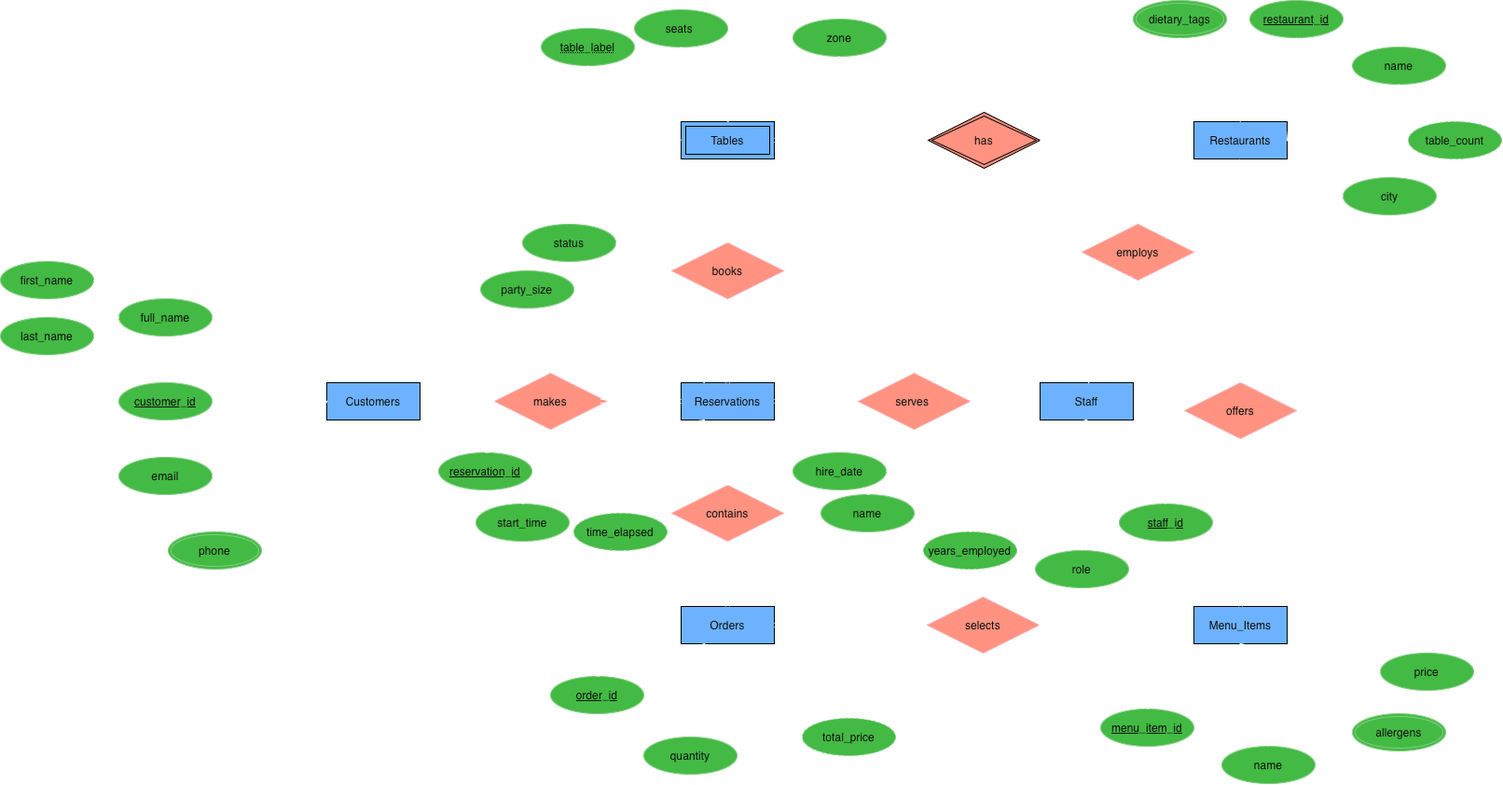
Before: er_diagram.png, a diagram exported from draw.io (azs0325/Restaurant-Reservation-). Source tidied: cells renumbered, new cells last; positions are measured from the earlier drawing's top-left corner, leaving out a move shared by most shapes.
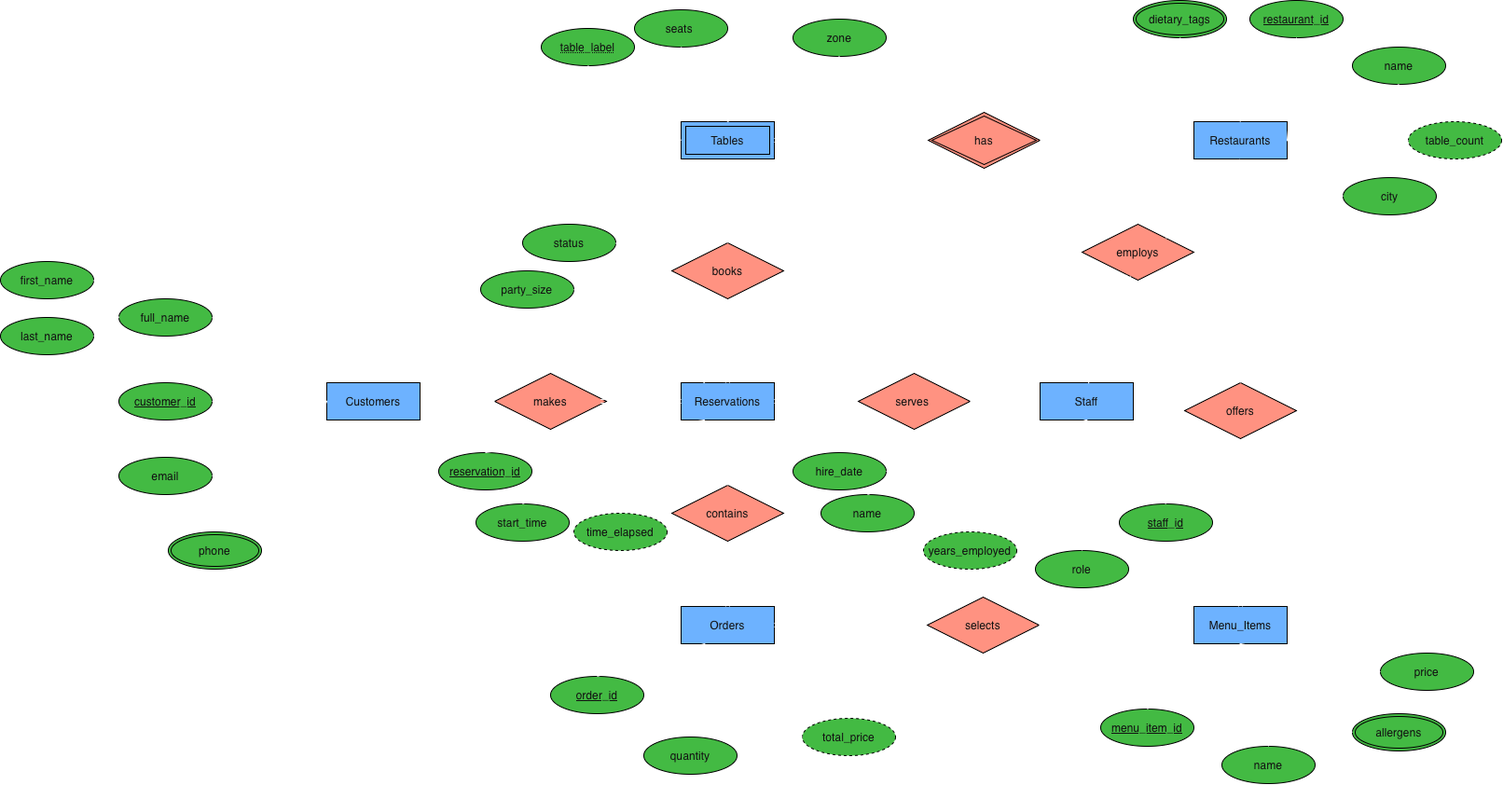
The same diagram one commit later.

Change to the diagram source:
```diff
@@ -25,12 +25,12 @@
     </mxCell>
-    <mxCell id="9" value="books" style="shape=rhombus;perimeter=rhombusPerimeter;whiteSpace=wrap;html=1;align=center;fillColor=#e51400;strokeColor=#B20000;fontColor=#ffffff;" parent="1" vertex="1">
+    <mxCell id="9" value="books" style="shape=rhombus;perimeter=rhombusPerimeter;whiteSpace=wrap;html=1;align=center;fillColor=#e51400;strokeColor=light-dark(#B20000,#000000);fontColor=#ffffff;" parent="1" vertex="1">
       <mxGeometry x="720" y="260" width="120" height="60" as="geometry" />
     </mxCell>
-    <mxCell id="10" value="contains" style="shape=rhombus;perimeter=rhombusPerimeter;whiteSpace=wrap;html=1;align=center;fillColor=#e51400;fontColor=#ffffff;strokeColor=#B20000;" parent="1" vertex="1">
+    <mxCell id="10" value="contains" style="shape=rhombus;perimeter=rhombusPerimeter;whiteSpace=wrap;html=1;align=center;fillColor=#e51400;fontColor=#ffffff;strokeColor=light-dark(#B20000,#000000);" parent="1" vertex="1">
       <mxGeometry x="720" y="520" width="120" height="60" as="geometry" />
     </mxCell>
-    <mxCell id="11" value="serves&amp;nbsp;" style="shape=rhombus;perimeter=rhombusPerimeter;whiteSpace=wrap;html=1;align=center;fillColor=#e51400;fontColor=#ffffff;strokeColor=#B20000;" parent="1" vertex="1">
+    <mxCell id="11" value="serves&amp;nbsp;" style="shape=rhombus;perimeter=rhombusPerimeter;whiteSpace=wrap;html=1;align=center;fillColor=#e51400;fontColor=#ffffff;strokeColor=light-dark(#B20000,#000000);" parent="1" vertex="1">
       <mxGeometry x="920" y="400" width="120" height="60" as="geometry" />
     </mxCell>
-    <mxCell id="12" value="employs" style="shape=rhombus;perimeter=rhombusPerimeter;whiteSpace=wrap;html=1;align=center;fillColor=#e51400;fontColor=#ffffff;strokeColor=#B20000;" parent="1" vertex="1">
+    <mxCell id="12" value="employs" style="shape=rhombus;perimeter=rhombusPerimeter;whiteSpace=wrap;html=1;align=center;fillColor=#e51400;fontColor=#ffffff;strokeColor=light-dark(#B20000,#000000);" parent="1" vertex="1">
       <mxGeometry x="1160" y="240" width="120" height="60" as="geometry" />
@@ -40,9 +40,9 @@
     </mxCell>
-    <mxCell id="14" value="selects" style="shape=rhombus;perimeter=rhombusPerimeter;whiteSpace=wrap;html=1;align=center;fillColor=#e51400;fontColor=#ffffff;strokeColor=#B20000;" parent="1" vertex="1">
+    <mxCell id="14" value="selects" style="shape=rhombus;perimeter=rhombusPerimeter;whiteSpace=wrap;html=1;align=center;fillColor=#e51400;fontColor=#ffffff;strokeColor=light-dark(#B20000,#000000);" parent="1" vertex="1">
       <mxGeometry x="994" y="640" width="120" height="60" as="geometry" />
     </mxCell>
-    <mxCell id="15" value="offers" style="shape=rhombus;perimeter=rhombusPerimeter;whiteSpace=wrap;html=1;align=center;fillColor=#e51400;fontColor=#ffffff;strokeColor=#B20000;" parent="1" vertex="1">
+    <mxCell id="15" value="offers" style="shape=rhombus;perimeter=rhombusPerimeter;whiteSpace=wrap;html=1;align=center;fillColor=#e51400;fontColor=#ffffff;strokeColor=light-dark(#B20000,#000000);" parent="1" vertex="1">
       <mxGeometry x="1270" y="410" width="120" height="60" as="geometry" />
     </mxCell>
-    <mxCell id="16" value="makes" style="shape=rhombus;perimeter=rhombusPerimeter;whiteSpace=wrap;html=1;align=center;fillColor=#e51400;fontColor=#ffffff;strokeColor=#B20000;" parent="1" vertex="1">
+    <mxCell id="16" value="makes" style="shape=rhombus;perimeter=rhombusPerimeter;whiteSpace=wrap;html=1;align=center;fillColor=#e51400;fontColor=#ffffff;strokeColor=light-dark(#B20000,#000000);" parent="1" vertex="1">
       <mxGeometry x="530" y="400" width="120" height="60" as="geometry" />
@@ -97,6 +97,6 @@
     </mxCell>
-    <mxCell id="33" value="full_name" style="ellipse;whiteSpace=wrap;html=1;align=center;fillColor=#008a00;strokeColor=#005700;fontColor=#ffffff;" parent="1" vertex="1">
+    <mxCell id="33" value="full_name" style="ellipse;whiteSpace=wrap;html=1;align=center;fillColor=#008a00;strokeColor=light-dark(#005700,#000000);fontColor=#ffffff;" parent="1" vertex="1">
       <mxGeometry x="127" y="320" width="100" height="40" as="geometry" />
     </mxCell>
-    <mxCell id="34" value="customer_id" style="ellipse;whiteSpace=wrap;html=1;align=center;fontStyle=4;fillColor=#008a00;strokeColor=#005700;fontColor=#ffffff;" parent="1" vertex="1">
+    <mxCell id="34" value="customer_id" style="ellipse;whiteSpace=wrap;html=1;align=center;fontStyle=4;fillColor=#008a00;strokeColor=light-dark(#005700,#000000);fontColor=#ffffff;" parent="1" vertex="1">
       <mxGeometry x="127" y="410" width="100" height="40" as="geometry" />
@@ -106,6 +106,6 @@
     </mxCell>
-    <mxCell id="36" value="first_name" style="ellipse;whiteSpace=wrap;html=1;align=center;fillColor=#008a00;strokeColor=#005700;fontColor=#ffffff;" parent="1" vertex="1">
+    <mxCell id="36" value="first_name" style="ellipse;whiteSpace=wrap;html=1;align=center;fillColor=#008a00;strokeColor=light-dark(#005700,#000000);fontColor=#ffffff;" parent="1" vertex="1">
       <mxGeometry y="280" width="100" height="40" as="geometry" />
     </mxCell>
-    <mxCell id="37" value="last_name" style="ellipse;whiteSpace=wrap;html=1;align=center;fillColor=#008a00;strokeColor=#005700;fontColor=#ffffff;" parent="1" vertex="1">
+    <mxCell id="37" value="last_name" style="ellipse;whiteSpace=wrap;html=1;align=center;fillColor=#008a00;strokeColor=light-dark(#005700,#000000);fontColor=#ffffff;" parent="1" vertex="1">
       <mxGeometry y="340" width="100" height="40" as="geometry" />
@@ -118,3 +118,3 @@
     </mxCell>
-    <mxCell id="40" value="email" style="ellipse;whiteSpace=wrap;html=1;align=center;fillColor=#008a00;strokeColor=#005700;fontColor=#ffffff;" parent="1" vertex="1">
+    <mxCell id="40" value="email" style="ellipse;whiteSpace=wrap;html=1;align=center;fillColor=#008a00;strokeColor=light-dark(#005700,#000000);fontColor=#ffffff;" parent="1" vertex="1">
       <mxGeometry x="127" y="490" width="100" height="40" as="geometry" />
@@ -130,6 +130,6 @@
     </mxCell>
-    <mxCell id="44" value="phone" style="ellipse;shape=doubleEllipse;margin=3;whiteSpace=wrap;html=1;align=center;fillColor=#008a00;strokeColor=#005700;fontColor=#ffffff;" parent="1" vertex="1">
+    <mxCell id="44" value="phone" style="ellipse;shape=doubleEllipse;margin=3;whiteSpace=wrap;html=1;align=center;fillColor=#008a00;strokeColor=light-dark(#005700,#000000);fontColor=#ffffff;" parent="1" vertex="1">
       <mxGeometry x="180" y="570" width="100" height="40" as="geometry" />
     </mxCell>
-    <mxCell id="45" value="reservation_id" style="ellipse;whiteSpace=wrap;html=1;align=center;fontStyle=4;fillColor=#008a00;strokeColor=#005700;fontColor=#ffffff;" parent="1" vertex="1">
+    <mxCell id="45" value="reservation_id" style="ellipse;whiteSpace=wrap;html=1;align=center;fontStyle=4;fillColor=#008a00;strokeColor=light-dark(#005700,#000000);fontColor=#ffffff;" parent="1" vertex="1">
       <mxGeometry x="470" y="485" width="100" height="40" as="geometry" />
@@ -139,3 +139,3 @@
     </mxCell>
-    <mxCell id="47" value="start_time" style="ellipse;whiteSpace=wrap;html=1;align=center;fillColor=#008a00;strokeColor=#005700;fontColor=#ffffff;" parent="1" vertex="1">
+    <mxCell id="47" value="start_time" style="ellipse;whiteSpace=wrap;html=1;align=center;fillColor=#008a00;strokeColor=light-dark(#005700,#000000);fontColor=#ffffff;" parent="1" vertex="1">
       <mxGeometry x="510" y="540" width="100" height="40" as="geometry" />
@@ -145,3 +145,3 @@
     </mxCell>
-    <mxCell id="49" value="time_elapsed" style="ellipse;whiteSpace=wrap;html=1;align=center;dashed=1;fillColor=#008a00;strokeColor=#005700;fontColor=#ffffff;" parent="1" vertex="1">
+    <mxCell id="49" value="time_elapsed" style="ellipse;whiteSpace=wrap;html=1;align=center;dashed=1;fillColor=#008a00;strokeColor=light-dark(#005700,#000000);fontColor=#ffffff;" parent="1" vertex="1">
       <mxGeometry x="615" y="550" width="100" height="40" as="geometry" />
@@ -151,3 +151,3 @@
     </mxCell>
-    <mxCell id="51" value="status" style="ellipse;whiteSpace=wrap;html=1;align=center;fillColor=#008a00;strokeColor=#005700;fontColor=#ffffff;" parent="1" vertex="1">
+    <mxCell id="51" value="status" style="ellipse;whiteSpace=wrap;html=1;align=center;fillColor=#008a00;strokeColor=light-dark(#005700,#000000);fontColor=#ffffff;" parent="1" vertex="1">
       <mxGeometry x="560" y="240" width="100" height="40" as="geometry" />
@@ -157,3 +157,3 @@
     </mxCell>
-    <mxCell id="53" value="party_size" style="ellipse;whiteSpace=wrap;html=1;align=center;fillColor=#008a00;strokeColor=#005700;fontColor=#ffffff;" parent="1" vertex="1">
+    <mxCell id="53" value="party_size" style="ellipse;whiteSpace=wrap;html=1;align=center;fillColor=#008a00;strokeColor=light-dark(#005700,#000000);fontColor=#ffffff;" parent="1" vertex="1">
       <mxGeometry x="515" y="290" width="100" height="40" as="geometry" />
@@ -163,3 +163,3 @@
     </mxCell>
-    <mxCell id="55" value="order_id" style="ellipse;whiteSpace=wrap;html=1;align=center;fontStyle=4;fillColor=#008a00;strokeColor=#005700;fontColor=#ffffff;" parent="1" vertex="1">
+    <mxCell id="55" value="order_id" style="ellipse;whiteSpace=wrap;html=1;align=center;fontStyle=4;fillColor=#008a00;strokeColor=light-dark(#005700,#000000);fontColor=#ffffff;" parent="1" vertex="1">
       <mxGeometry x="590" y="725" width="100" height="40" as="geometry" />
@@ -172,15 +172,15 @@
     </mxCell>
-    <mxCell id="58" value="quantity" style="ellipse;whiteSpace=wrap;html=1;align=center;fillColor=#008a00;strokeColor=#005700;fontColor=#ffffff;" parent="1" vertex="1">
+    <mxCell id="58" value="quantity" style="ellipse;whiteSpace=wrap;html=1;align=center;fillColor=#008a00;strokeColor=light-dark(#005700,#000000);fontColor=#ffffff;" parent="1" vertex="1">
       <mxGeometry x="690" y="790" width="100" height="40" as="geometry" />
     </mxCell>
-    <mxCell id="59" value="name" style="ellipse;whiteSpace=wrap;html=1;align=center;fillColor=#008a00;strokeColor=#005700;fontColor=#ffffff;" parent="1" vertex="1">
+    <mxCell id="59" value="name" style="ellipse;whiteSpace=wrap;html=1;align=center;fillColor=#008a00;strokeColor=light-dark(#005700,#000000);fontColor=#ffffff;" parent="1" vertex="1">
       <mxGeometry x="1310" y="800" width="100" height="40" as="geometry" />
     </mxCell>
-    <mxCell id="60" value="menu_item_id" style="ellipse;whiteSpace=wrap;html=1;align=center;fontStyle=4;fillColor=#008a00;strokeColor=#005700;fontColor=#ffffff;" parent="1" vertex="1">
+    <mxCell id="60" value="menu_item_id" style="ellipse;whiteSpace=wrap;html=1;align=center;fontStyle=4;fillColor=#008a00;strokeColor=light-dark(#005700,#000000);fontColor=#ffffff;" parent="1" vertex="1">
       <mxGeometry x="1180" y="760" width="100" height="40" as="geometry" />
     </mxCell>
-    <mxCell id="61" value="allergens" style="ellipse;shape=doubleEllipse;margin=3;whiteSpace=wrap;html=1;align=center;fillColor=#008a00;strokeColor=#005700;fontColor=#ffffff;" parent="1" vertex="1">
+    <mxCell id="61" value="allergens" style="ellipse;shape=doubleEllipse;margin=3;whiteSpace=wrap;html=1;align=center;fillColor=#008a00;strokeColor=light-dark(#005700,#000000);fontColor=#ffffff;" parent="1" vertex="1">
       <mxGeometry x="1450" y="765" width="100" height="40" as="geometry" />
     </mxCell>
-    <mxCell id="62" value="price" style="ellipse;whiteSpace=wrap;html=1;align=center;fillColor=#008a00;strokeColor=#005700;fontColor=#ffffff;" parent="1" vertex="1">
+    <mxCell id="62" value="price" style="ellipse;whiteSpace=wrap;html=1;align=center;fillColor=#008a00;strokeColor=light-dark(#005700,#000000);fontColor=#ffffff;" parent="1" vertex="1">
       <mxGeometry x="1480" y="700" width="100" height="40" as="geometry" />
@@ -199,3 +199,3 @@
     </mxCell>
-    <mxCell id="67" value="total_price" style="ellipse;whiteSpace=wrap;html=1;align=center;dashed=1;fillColor=#008a00;strokeColor=#005700;fontColor=#ffffff;" parent="1" vertex="1">
+    <mxCell id="67" value="total_price" style="ellipse;whiteSpace=wrap;html=1;align=center;dashed=1;fillColor=#008a00;strokeColor=light-dark(#005700,#000000);fontColor=#ffffff;" parent="1" vertex="1">
       <mxGeometry x="860" y="770" width="100" height="40" as="geometry" />
@@ -205,3 +205,3 @@
     </mxCell>
-    <mxCell id="69" value="role" style="ellipse;whiteSpace=wrap;html=1;align=center;fillColor=#008a00;strokeColor=#005700;fontColor=#ffffff;" parent="1" vertex="1">
+    <mxCell id="69" value="role" style="ellipse;whiteSpace=wrap;html=1;align=center;fillColor=#008a00;strokeColor=light-dark(#005700,#000000);fontColor=#ffffff;" parent="1" vertex="1">
       <mxGeometry x="1110" y="590" width="100" height="40" as="geometry" />
@@ -211,3 +211,3 @@
     </mxCell>
-    <mxCell id="71" value="staff_id" style="ellipse;whiteSpace=wrap;html=1;align=center;fontStyle=4;fillColor=#008a00;strokeColor=#005700;fontColor=#ffffff;" parent="1" vertex="1">
+    <mxCell id="71" value="staff_id" style="ellipse;whiteSpace=wrap;html=1;align=center;fontStyle=4;fillColor=#008a00;strokeColor=light-dark(#005700,#000000);fontColor=#ffffff;" parent="1" vertex="1">
       <mxGeometry x="1200" y="540" width="100" height="40" as="geometry" />
@@ -217,3 +217,3 @@
     </mxCell>
-    <mxCell id="73" value="name" style="ellipse;whiteSpace=wrap;html=1;align=center;fillColor=#008a00;strokeColor=#005700;fontColor=#ffffff;" parent="1" vertex="1">
+    <mxCell id="73" value="name" style="ellipse;whiteSpace=wrap;html=1;align=center;fillColor=#008a00;strokeColor=light-dark(#005700,#000000);fontColor=#ffffff;" parent="1" vertex="1">
       <mxGeometry x="880" y="530" width="100" height="40" as="geometry" />
@@ -223,3 +223,3 @@
     </mxCell>
-    <mxCell id="75" value="hire_date" style="ellipse;whiteSpace=wrap;html=1;align=center;fillColor=#008a00;strokeColor=#005700;fontColor=#ffffff;" parent="1" vertex="1">
+    <mxCell id="75" value="hire_date" style="ellipse;whiteSpace=wrap;html=1;align=center;fillColor=#008a00;strokeColor=light-dark(#005700,#000000);fontColor=#ffffff;" parent="1" vertex="1">
       <mxGeometry x="850" y="485" width="100" height="40" as="geometry" />
@@ -229,3 +229,3 @@
     </mxCell>
-    <mxCell id="77" value="years_employed" style="ellipse;whiteSpace=wrap;html=1;align=center;dashed=1;fillColor=#008a00;strokeColor=#005700;fontColor=#ffffff;" parent="1" vertex="1">
+    <mxCell id="77" value="years_employed" style="ellipse;whiteSpace=wrap;html=1;align=center;dashed=1;fillColor=#008a00;strokeColor=light-dark(#005700,#000000);fontColor=#ffffff;" parent="1" vertex="1">
       <mxGeometry x="990" y="570" width="100" height="40" as="geometry" />
@@ -235,3 +235,3 @@
     </mxCell>
-    <mxCell id="79" value="table_label" style="ellipse;whiteSpace=wrap;html=1;align=center;fontStyle=20;fillColor=#008a00;strokeColor=#005700;fontColor=#ffffff;" parent="1" vertex="1">
+    <mxCell id="79" value="table_label" style="ellipse;whiteSpace=wrap;html=1;align=center;fontStyle=20;fillColor=#008a00;strokeColor=light-dark(#005700,#000000);fontColor=#ffffff;" parent="1" vertex="1">
       <mxGeometry x="580" y="30" width="100" height="40" as="geometry" />
@@ -241,3 +241,3 @@
     </mxCell>
-    <mxCell id="81" value="seats&amp;nbsp;" style="ellipse;whiteSpace=wrap;html=1;align=center;fillColor=#008a00;strokeColor=#005700;fontColor=#ffffff;" parent="1" vertex="1">
+    <mxCell id="81" value="seats&amp;nbsp;" style="ellipse;whiteSpace=wrap;html=1;align=center;fillColor=#008a00;strokeColor=light-dark(#005700,#000000);fontColor=#ffffff;" parent="1" vertex="1">
       <mxGeometry x="680" y="10" width="100" height="40" as="geometry" />
@@ -247,3 +247,3 @@
     </mxCell>
-    <mxCell id="83" value="zone" style="ellipse;whiteSpace=wrap;html=1;align=center;fillColor=#008a00;strokeColor=#005700;fontColor=#ffffff;" parent="1" vertex="1">
+    <mxCell id="83" value="zone" style="ellipse;whiteSpace=wrap;html=1;align=center;fillColor=#008a00;strokeColor=light-dark(#005700,#000000);fontColor=#ffffff;" parent="1" vertex="1">
       <mxGeometry x="850" y="20" width="100" height="40" as="geometry" />
@@ -253,3 +253,3 @@
     </mxCell>
-    <mxCell id="85" value="dietary_tags" style="ellipse;shape=doubleEllipse;margin=3;whiteSpace=wrap;html=1;align=center;fillColor=#008a00;strokeColor=#005700;fontColor=#ffffff;" parent="1" vertex="1">
+    <mxCell id="85" value="dietary_tags" style="ellipse;shape=doubleEllipse;margin=3;whiteSpace=wrap;html=1;align=center;fillColor=#008a00;strokeColor=light-dark(#005700,#000000);fontColor=#ffffff;" parent="1" vertex="1">
       <mxGeometry x="1215" width="100" height="40" as="geometry" />
@@ -259,3 +259,3 @@
     </mxCell>
-    <mxCell id="87" value="restaurant_id" style="ellipse;whiteSpace=wrap;html=1;align=center;fontStyle=4;fillColor=#008a00;strokeColor=#005700;fontColor=#ffffff;" parent="1" vertex="1">
+    <mxCell id="87" value="restaurant_id" style="ellipse;whiteSpace=wrap;html=1;align=center;fontStyle=4;fillColor=#008a00;strokeColor=light-dark(#005700,#000000);fontColor=#ffffff;" parent="1" vertex="1">
       <mxGeometry x="1340" width="100" height="40" as="geometry" />
@@ -265,3 +265,3 @@
     </mxCell>
-    <mxCell id="89" value="name" style="ellipse;whiteSpace=wrap;html=1;align=center;fillColor=#008a00;strokeColor=#005700;fontColor=#ffffff;" parent="1" vertex="1">
+    <mxCell id="89" value="name" style="ellipse;whiteSpace=wrap;html=1;align=center;fillColor=#008a00;strokeColor=light-dark(#005700,#000000);fontColor=#ffffff;" parent="1" vertex="1">
       <mxGeometry x="1450" y="50" width="100" height="40" as="geometry" />
@@ -271,6 +271,6 @@
     </mxCell>
-    <mxCell id="91" value="table_count" style="ellipse;whiteSpace=wrap;html=1;align=center;dashed=1;fillColor=#008a00;strokeColor=#005700;fontColor=#ffffff;" parent="1" vertex="1">
+    <mxCell id="91" value="table_count" style="ellipse;whiteSpace=wrap;html=1;align=center;dashed=1;fillColor=#008a00;strokeColor=light-dark(#005700,#000000);fontColor=#ffffff;" parent="1" vertex="1">
       <mxGeometry x="1510" y="130" width="100" height="40" as="geometry" />
     </mxCell>
-    <mxCell id="92" value="city" style="ellipse;whiteSpace=wrap;html=1;align=center;fillColor=#008a00;strokeColor=#005700;fontColor=#ffffff;" parent="1" vertex="1">
+    <mxCell id="92" value="city" style="ellipse;whiteSpace=wrap;html=1;align=center;fillColor=#008a00;strokeColor=light-dark(#005700,#000000);fontColor=#ffffff;" parent="1" vertex="1">
       <mxGeometry x="1440" y="190" width="100" height="40" as="geometry" />
```
